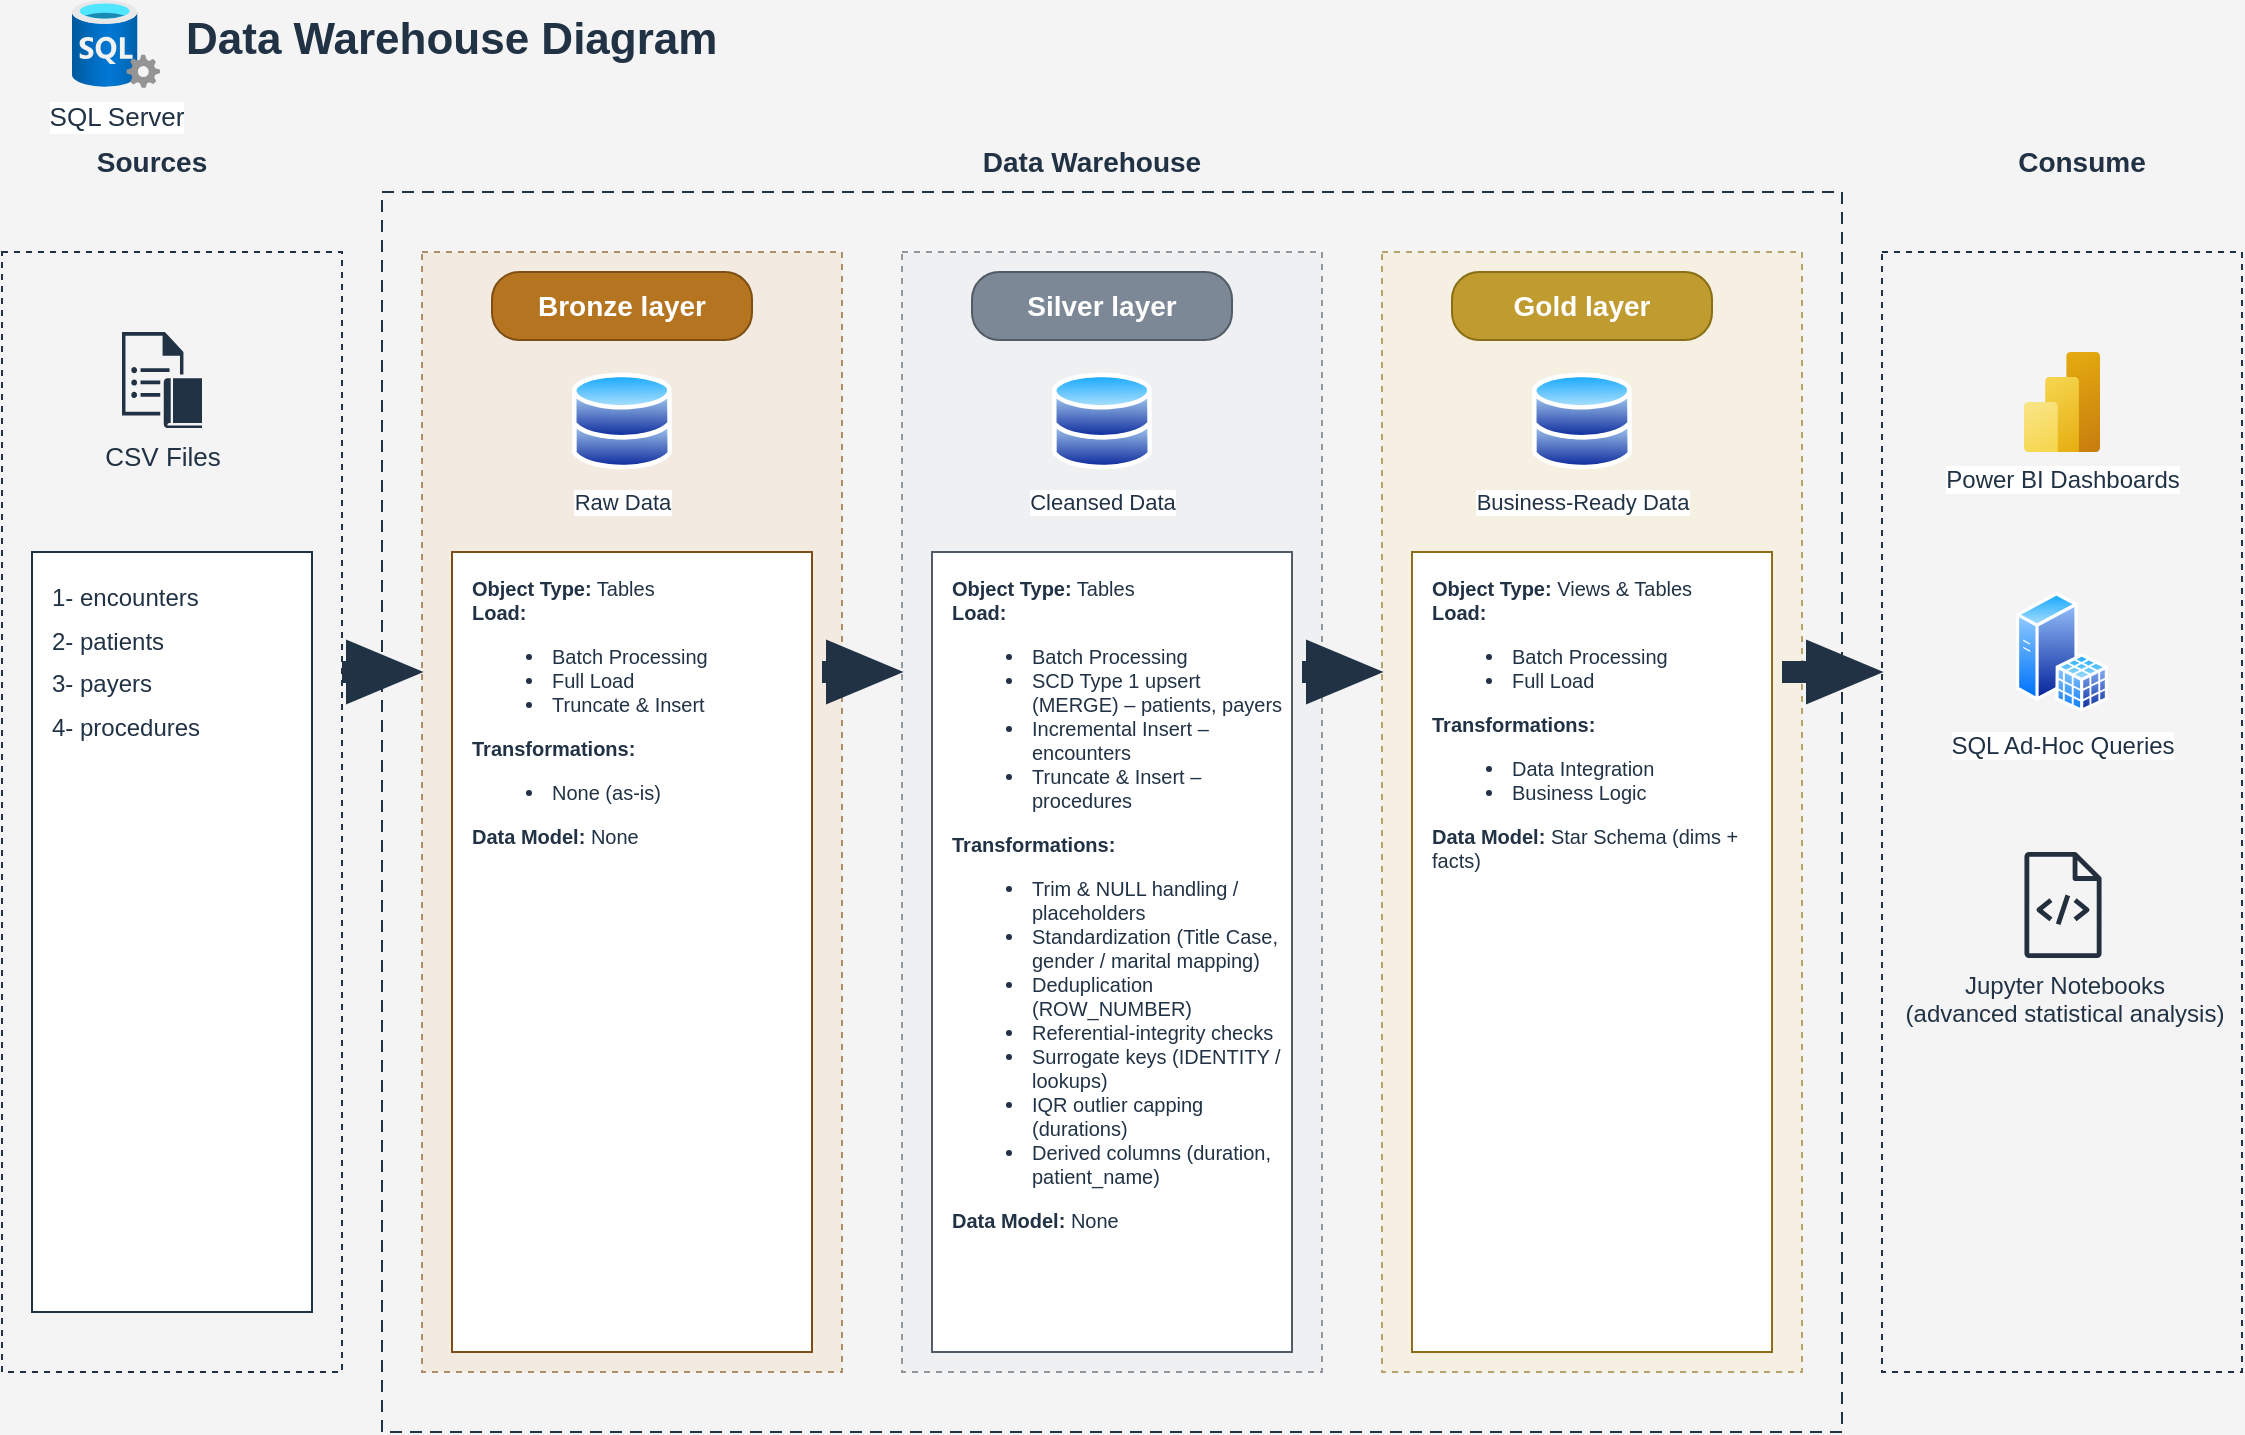
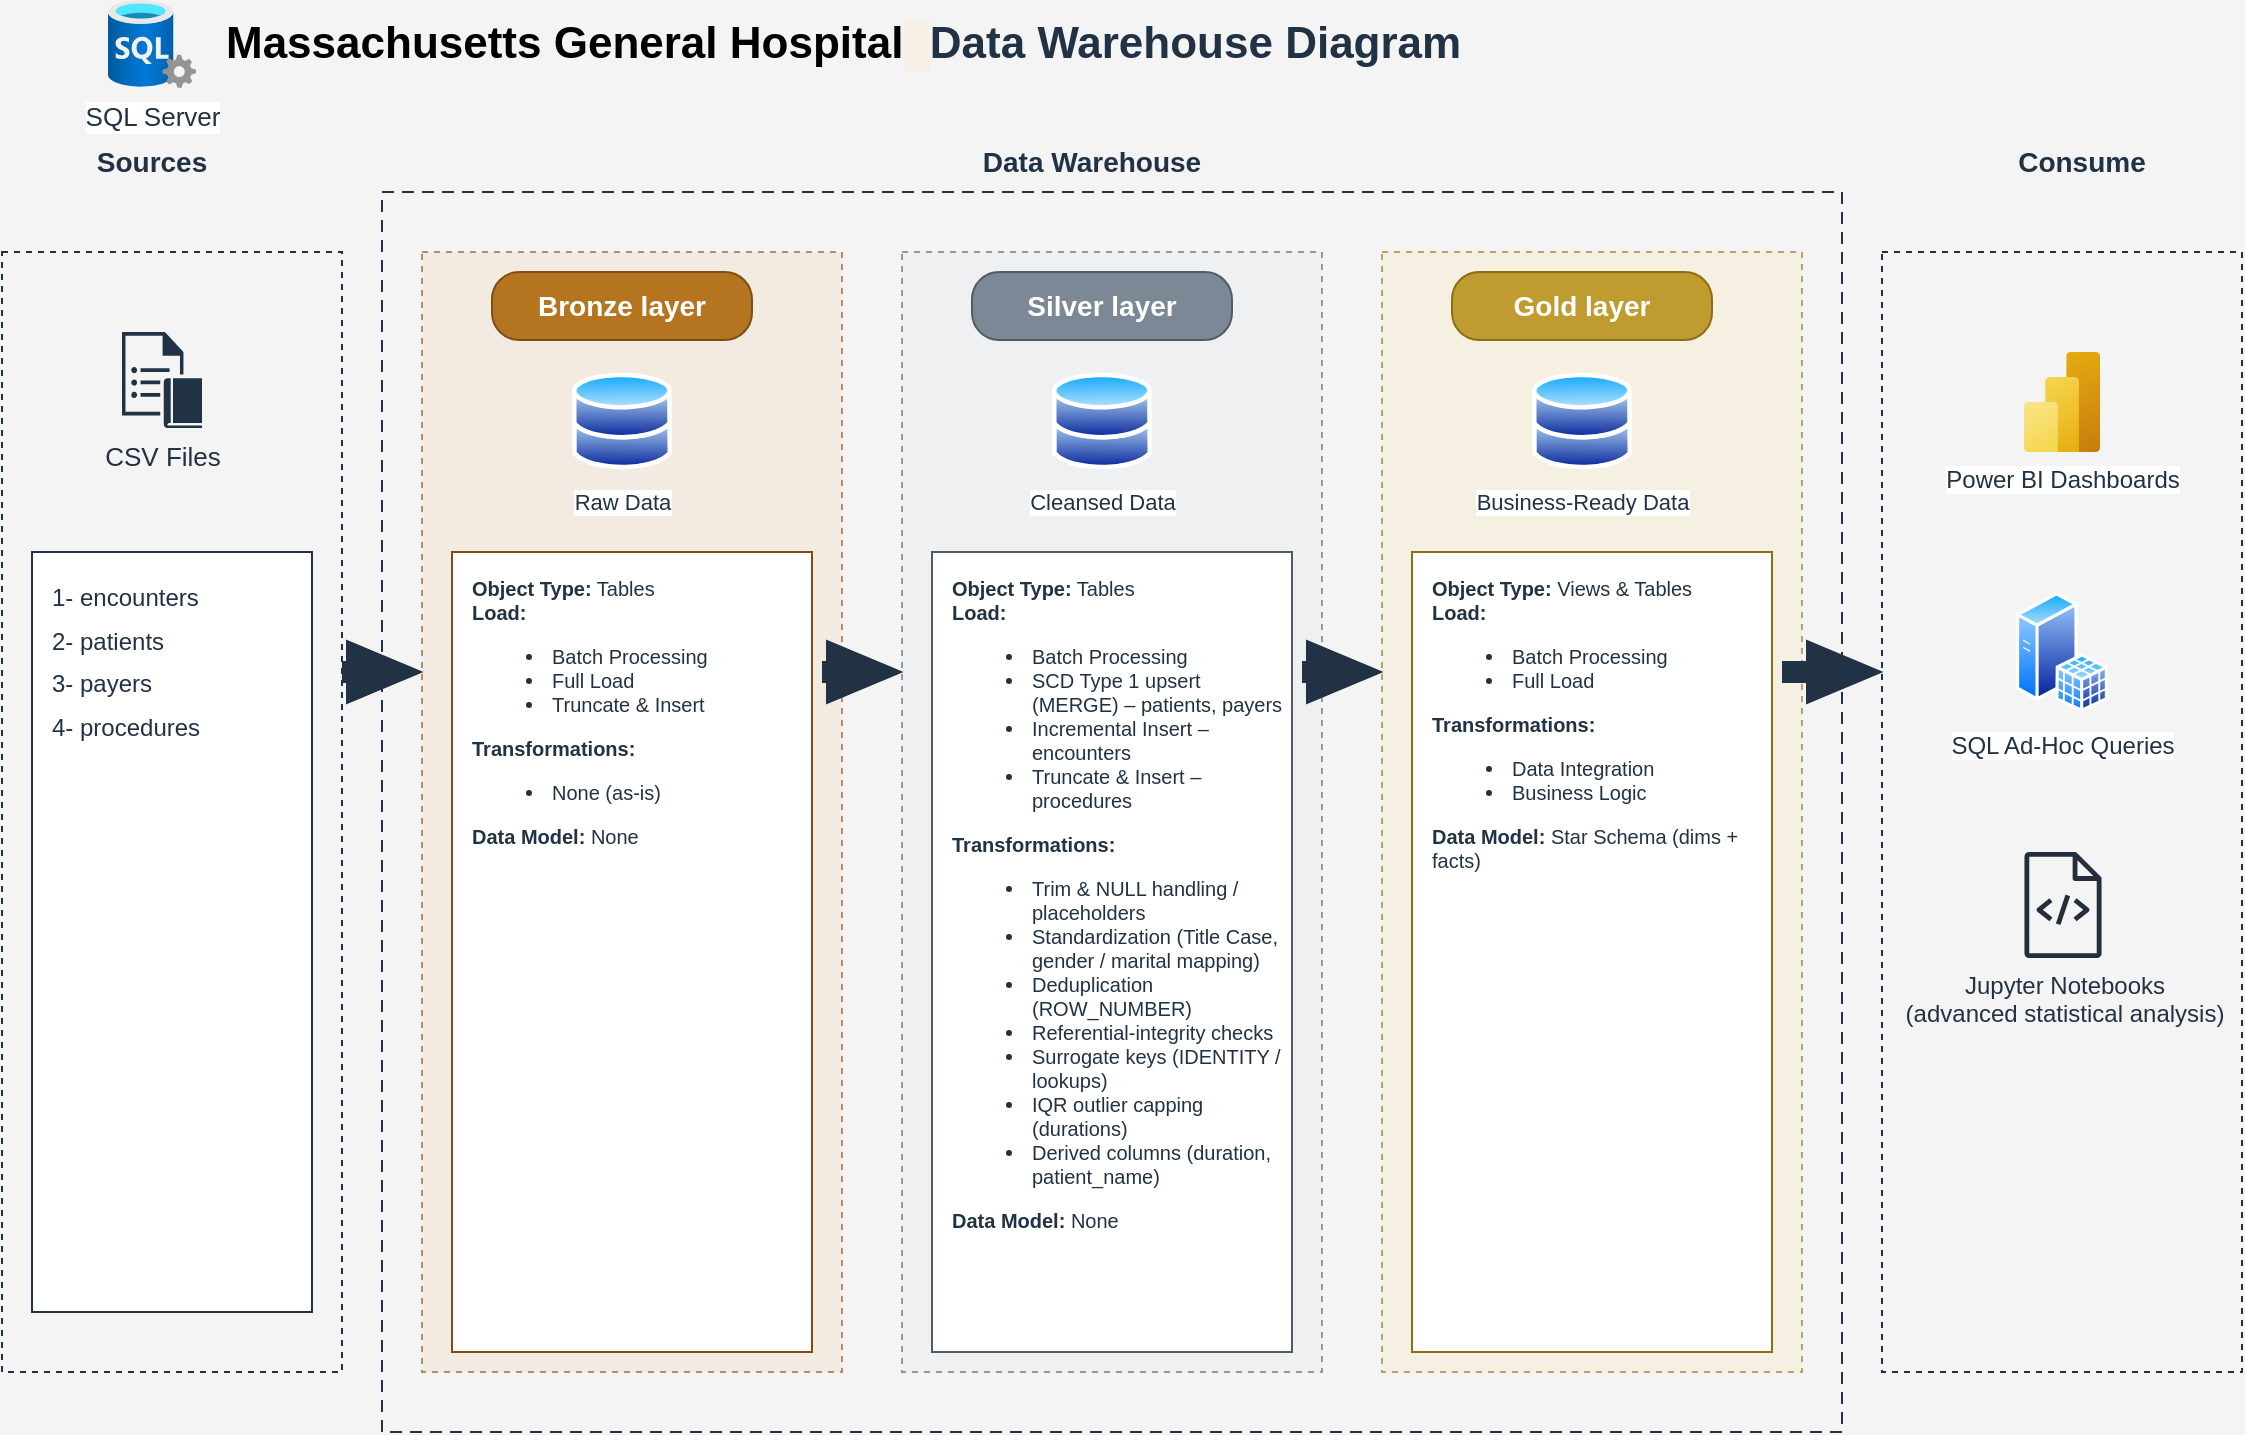
<mxfile host="Electron">
  <diagram name="Data Warehouse Diagram" id="dwh-medallion">
    <mxGraphModel dx="1245" dy="736" grid="1" gridSize="10" guides="1" tooltips="1" connect="1" arrows="1" fold="1" page="1" pageScale="1" pageWidth="1200" pageHeight="800" background="#f4f4f4" math="0" shadow="0">
      <root>
        <mxCell id="0" />
        <mxCell id="1" parent="0" />
-         <mxCell id="title" parent="1" style="text;html=1;align=left;fillColor=none;strokeColor=none;fontColor=#213245;" value="&lt;b&gt;&lt;font style=&quot;font-size: 22px;&quot;&gt;Data Warehouse Diagram&lt;/font&gt;&lt;/b&gt;" vertex="1">
-           <mxGeometry height="40" width="360" x="110" y="24" as="geometry" />
+         <mxCell id="title" parent="1" style="text;html=1;align=left;fillColor=none;strokeColor=none;fontColor=#213245;" value="&lt;font style=&quot;font-size: 22px;&quot;&gt;&lt;b&gt;&lt;span style=&quot;white-space-collapse: preserve;&quot;&gt;&lt;font style=&quot;color: rgb(0, 0, 0);&quot; face=&quot;Helvetica&quot;&gt;Massachusetts General Hospital&lt;/font&gt;&lt;font style=&quot;color: rgb(0, 0, 0); background-color: rgb(248, 239, 231);&quot; face=&quot;Consolas, Courier New, monospace&quot;&gt; &lt;/font&gt;&lt;/span&gt;&lt;font style=&quot;&quot;&gt;Data Warehouse Diagram&lt;/font&gt;&lt;/b&gt;&lt;/font&gt;" vertex="1">
+           <mxGeometry height="40" width="670" x="130" y="26" as="geometry" />
        </mxCell>
        <mxCell id="sqlicon" parent="1" style="image;aspect=fixed;html=1;points=[];align=center;fontSize=12;fontColor=#213245;image=img/lib/azure2/databases/SQL_Server.svg;" value="&lt;font style=&quot;font-size: 13px;&quot;&gt;SQL Server&lt;/font&gt;" vertex="1">
-           <mxGeometry height="44" width="44" x="55" y="24" as="geometry" />
+           <mxGeometry height="44" width="44" x="73" y="24" as="geometry" />
        </mxCell>
        <mxCell id="dwh_frame" parent="1" style="rounded=0;whiteSpace=wrap;html=1;fillColor=none;dashed=1;strokeColor=#213245;dashPattern=6 4;" value="" vertex="1">
          <mxGeometry height="620" width="730" x="210" y="120" as="geometry" />
        </mxCell>
        <mxCell id="dwh_label" parent="1" style="rounded=1;whiteSpace=wrap;html=1;fillColor=none;strokeColor=none;fontColor=#213245;fontStyle=1;" value="&lt;font style=&quot;font-size: 14px;&quot;&gt;Data Warehouse&lt;/font&gt;" vertex="1">
          <mxGeometry height="30" width="120" x="505" y="90" as="geometry" />
        </mxCell>
        <mxCell id="src_box" parent="1" style="rounded=0;whiteSpace=wrap;html=1;fillColor=none;dashed=1;strokeColor=#213245;" value="" vertex="1">
          <mxGeometry height="560" width="170" x="20" y="150" as="geometry" />
        </mxCell>
        <mxCell id="src_label" parent="1" style="rounded=1;whiteSpace=wrap;html=1;fillColor=none;strokeColor=none;fontColor=#213245;fontStyle=1;" value="&lt;font style=&quot;font-size: 14px;&quot;&gt;Sources&lt;/font&gt;" vertex="1">
          <mxGeometry height="30" width="120" x="35" y="90" as="geometry" />
        </mxCell>
        <mxCell id="csv" parent="1" style="sketch=0;pointerEvents=1;shadow=0;dashed=0;html=1;strokeColor=none;fillColor=#213245;labelPosition=center;verticalLabelPosition=bottom;verticalAlign=top;outlineConnect=0;align=center;shape=mxgraph.office.communications.journaling_rule;fontSize=13;fontColor=#213245;" value="CSV Files" vertex="1">
          <mxGeometry height="48" width="40" x="80" y="190" as="geometry" />
        </mxCell>
        <mxCell id="src_list" parent="1" style="rounded=0;whiteSpace=wrap;html=1;fillColor=#ffffff;strokeColor=#213245;fontColor=#213245;align=left;verticalAlign=top;spacingLeft=8;spacingTop=6;" value="&lt;div style=&quot;line-height: 180%;&quot;&gt;&lt;span style=&quot;background-color: transparent; color: light-dark(rgb(33, 50, 69), rgb(183, 198, 214));&quot;&gt;1- encounters&lt;/span&gt;&lt;/div&gt;&lt;div style=&quot;line-height: 180%;&quot;&gt;&lt;span style=&quot;background-color: transparent; color: light-dark(rgb(33, 50, 69), rgb(183, 198, 214));&quot;&gt;2- patients&lt;/span&gt;&lt;br&gt;&lt;span style=&quot;background-color: transparent; color: light-dark(rgb(33, 50, 69), rgb(183, 198, 214));&quot;&gt;3- payers&lt;/span&gt;&lt;br&gt;&lt;div style=&quot;text-align: left;&quot;&gt;4- procedures&lt;/div&gt;&lt;/div&gt;" vertex="1">
          <mxGeometry height="380" width="140" x="35" y="300" as="geometry" />
        </mxCell>
        <mxCell id="bronze_box" parent="1" style="rounded=0;whiteSpace=wrap;html=1;fillColor=#f4e7d6;dashed=1;strokeColor=#7d4f14;opacity=60;" value="" vertex="1">
          <mxGeometry height="560" width="210" x="230" y="150" as="geometry" />
        </mxCell>
        <mxCell id="bronze_pill" parent="1" style="rounded=1;whiteSpace=wrap;html=1;fillColor=#b5741f;strokeColor=#7d4f14;fontColor=#ffffff;fontStyle=1;arcSize=40;" value="&lt;font style=&quot;font-size: 14px;&quot;&gt;Bronze layer&lt;/font&gt;" vertex="1">
          <mxGeometry height="34" width="130" x="265" y="160" as="geometry" />
        </mxCell>
        <mxCell id="bronze_icon" parent="1" style="image;aspect=fixed;perimeter=ellipsePerimeter;html=1;align=center;shadow=0;dashed=0;spacingTop=3;image=img/lib/active_directory/databases.svg;fontColor=#213245;fontSize=11;" value="Raw Data" vertex="1">
          <mxGeometry height="49" width="50" x="305" y="210" as="geometry" />
        </mxCell>
        <mxCell id="bronze_desc" parent="1" style="rounded=0;whiteSpace=wrap;html=1;fillColor=#ffffff;strokeColor=#7d4f14;fontColor=#213245;fontSize=10;align=left;verticalAlign=top;spacingLeft=8;spacingTop=6;" value="&lt;b&gt;Object Type:&lt;/b&gt; Tables&lt;br&gt;&lt;b&gt;Load:&lt;/b&gt;&lt;ul&gt;&lt;li&gt;Batch Processing&lt;/li&gt;&lt;li&gt;Full Load&lt;/li&gt;&lt;li&gt;Truncate &amp; Insert&lt;/li&gt;&lt;/ul&gt;&lt;b&gt;Transformations:&lt;/b&gt;&lt;ul&gt;&lt;li&gt;None (as-is)&lt;/li&gt;&lt;/ul&gt;&lt;b&gt;Data Model:&lt;/b&gt; None" vertex="1">
          <mxGeometry height="400" width="180" x="245" y="300" as="geometry" />
        </mxCell>
        <mxCell id="silver_box" parent="1" style="rounded=0;whiteSpace=wrap;html=1;fillColor=#eceef1;dashed=1;strokeColor=#525c67;opacity=60;" value="" vertex="1">
          <mxGeometry height="560" width="210" x="470" y="150" as="geometry" />
        </mxCell>
        <mxCell id="silver_pill" parent="1" style="rounded=1;whiteSpace=wrap;html=1;fillColor=#7c8896;strokeColor=#525c67;fontColor=#ffffff;fontStyle=1;arcSize=40;" value="&lt;font style=&quot;font-size: 14px;&quot;&gt;Silver layer&lt;/font&gt;" vertex="1">
          <mxGeometry height="34" width="130" x="505" y="160" as="geometry" />
        </mxCell>
        <mxCell id="silver_icon" parent="1" style="image;aspect=fixed;perimeter=ellipsePerimeter;html=1;align=center;shadow=0;dashed=0;spacingTop=3;image=img/lib/active_directory/databases.svg;fontColor=#213245;fontSize=11;" value="Cleansed Data" vertex="1">
          <mxGeometry height="49" width="50" x="545" y="210" as="geometry" />
        </mxCell>
        <mxCell id="silver_desc" parent="1" style="rounded=0;whiteSpace=wrap;html=1;fillColor=#ffffff;strokeColor=#525c67;fontColor=#213245;fontSize=10;align=left;verticalAlign=top;spacingLeft=8;spacingTop=6;" value="&lt;b&gt;Object Type:&lt;/b&gt; Tables&lt;br&gt;&lt;b&gt;Load:&lt;/b&gt;&lt;ul&gt;&lt;li&gt;Batch Processing&lt;/li&gt;&lt;li&gt;SCD Type 1 upsert (MERGE) – patients, payers&lt;/li&gt;&lt;li&gt;Incremental Insert – encounters&lt;/li&gt;&lt;li&gt;Truncate &amp; Insert – procedures&lt;/li&gt;&lt;/ul&gt;&lt;b&gt;Transformations:&lt;/b&gt;&lt;ul&gt;&lt;li&gt;Trim &amp; NULL handling / placeholders&lt;/li&gt;&lt;li&gt;Standardization (Title Case, gender / marital mapping)&lt;/li&gt;&lt;li&gt;Deduplication (ROW_NUMBER)&lt;/li&gt;&lt;li&gt;Referential-integrity checks&lt;/li&gt;&lt;li&gt;Surrogate keys (IDENTITY / lookups)&lt;/li&gt;&lt;li&gt;IQR outlier capping (durations)&lt;/li&gt;&lt;li&gt;Derived columns (duration, patient_name)&lt;/li&gt;&lt;/ul&gt;&lt;b&gt;Data Model:&lt;/b&gt; None" vertex="1">
          <mxGeometry height="400" width="180" x="485" y="300" as="geometry" />
        </mxCell>
        <mxCell id="gold_box" parent="1" style="rounded=0;whiteSpace=wrap;html=1;fillColor=#f7efd6;dashed=1;strokeColor=#8a6f16;opacity=60;" value="" vertex="1">
          <mxGeometry height="560" width="210" x="710" y="150" as="geometry" />
        </mxCell>
        <mxCell id="gold_pill" parent="1" style="rounded=1;whiteSpace=wrap;html=1;fillColor=#bf9b30;strokeColor=#8a6f16;fontColor=#ffffff;fontStyle=1;arcSize=40;" value="&lt;font style=&quot;font-size: 14px;&quot;&gt;Gold layer&lt;/font&gt;" vertex="1">
          <mxGeometry height="34" width="130" x="745" y="160" as="geometry" />
        </mxCell>
        <mxCell id="gold_icon" parent="1" style="image;aspect=fixed;perimeter=ellipsePerimeter;html=1;align=center;shadow=0;dashed=0;spacingTop=3;image=img/lib/active_directory/databases.svg;fontColor=#213245;fontSize=11;" value="Business-Ready Data" vertex="1">
          <mxGeometry height="49" width="50" x="785" y="210" as="geometry" />
        </mxCell>
        <mxCell id="gold_desc" parent="1" style="rounded=0;whiteSpace=wrap;html=1;fillColor=#ffffff;strokeColor=#8a6f16;fontColor=#213245;fontSize=10;align=left;verticalAlign=top;spacingLeft=8;spacingTop=6;" value="&lt;b&gt;Object Type:&lt;/b&gt; Views &amp;amp; Tables&amp;nbsp;&lt;br&gt;&lt;b&gt;Load:&lt;/b&gt;&lt;ul&gt;&lt;li&gt;Batch Processing&lt;/li&gt;&lt;li&gt;Full Load&lt;/li&gt;&lt;/ul&gt;&lt;b&gt;Transformations:&lt;/b&gt;&lt;ul&gt;&lt;li&gt;Data Integration&lt;/li&gt;&lt;li&gt;Business Logic&lt;/li&gt;&lt;/ul&gt;&lt;b&gt;Data Model:&lt;/b&gt; Star Schema (dims + facts)" vertex="1">
          <mxGeometry height="400" width="180" x="725" y="300" as="geometry" />
        </mxCell>
        <mxCell id="cons_box" parent="1" style="rounded=0;whiteSpace=wrap;html=1;fillColor=none;dashed=1;strokeColor=#213245;" value="" vertex="1">
          <mxGeometry height="560" width="180" x="960" y="150" as="geometry" />
        </mxCell>
        <mxCell id="cons_label" parent="1" style="rounded=1;whiteSpace=wrap;html=1;fillColor=none;strokeColor=none;fontColor=#213245;fontStyle=1;" value="&lt;font style=&quot;font-size: 14px;&quot;&gt;Consume&lt;/font&gt;" vertex="1">
          <mxGeometry height="30" width="120" x="1000" y="90" as="geometry" />
        </mxCell>
        <mxCell id="pbi" parent="1" style="image;aspect=fixed;html=1;points=[];align=center;fontSize=12;fontColor=#213245;image=img/lib/azure2/analytics/Power_BI_Embedded.svg;" value="Power BI Dashboards" vertex="1">
          <mxGeometry height="50" width="38" x="1031" y="200" as="geometry" />
        </mxCell>
        <mxCell id="adhoc" parent="1" style="image;aspect=fixed;perimeter=ellipsePerimeter;html=1;align=center;shadow=0;dashed=0;spacingTop=3;fontColor=#213245;image=img/lib/active_directory/sql_server.svg;" value="SQL Ad-Hoc Queries" vertex="1">
          <mxGeometry height="60" width="46" x="1027" y="320" as="geometry" />
        </mxCell>
        <mxCell id="jup" parent="1" style="sketch=0;outlineConnect=0;fontColor=#213245;gradientColor=none;fillColor=#232F3D;strokeColor=none;dashed=0;verticalLabelPosition=bottom;verticalAlign=top;align=center;html=1;fontSize=12;aspect=fixed;pointerEvents=1;shape=mxgraph.aws4.source_code;" value="Jupyter Notebooks&lt;div&gt;(advanced statistical analysis)&lt;/div&gt;" vertex="1">
          <mxGeometry height="53" width="39" x="1031" y="450" as="geometry" />
        </mxCell>
        <mxCell id="a_src_br" edge="1" parent="1" style="shape=flexArrow;endArrow=classic;html=1;rounded=0;startSize=0;endSize=12;strokeWidth=1;fillColor=#213245;strokeColor=#213245;" value="">
          <mxGeometry height="50" relative="1" width="50" as="geometry">
            <mxPoint x="190" y="360" as="sourcePoint" />
            <mxPoint x="230" y="360" as="targetPoint" />
          </mxGeometry>
        </mxCell>
        <mxCell id="a_br_sv" edge="1" parent="1" style="shape=flexArrow;endArrow=classic;html=1;rounded=0;startSize=0;endSize=12;strokeWidth=1;fillColor=#213245;strokeColor=#213245;" value="">
          <mxGeometry height="50" relative="1" width="50" as="geometry">
            <mxPoint x="430" y="360" as="sourcePoint" />
            <mxPoint x="470" y="360" as="targetPoint" />
          </mxGeometry>
        </mxCell>
        <mxCell id="a_sv_gd" edge="1" parent="1" style="shape=flexArrow;endArrow=classic;html=1;rounded=0;startSize=0;endSize=12;strokeWidth=1;fillColor=#213245;strokeColor=#213245;" value="">
          <mxGeometry height="50" relative="1" width="50" as="geometry">
            <mxPoint x="670" y="360" as="sourcePoint" />
            <mxPoint x="710" y="360" as="targetPoint" />
          </mxGeometry>
        </mxCell>
        <mxCell id="a_gd_cn" edge="1" parent="1" style="shape=flexArrow;endArrow=classic;html=1;rounded=0;startSize=0;endSize=12;strokeWidth=1;fillColor=#213245;strokeColor=#213245;" value="">
          <mxGeometry height="50" relative="1" width="50" as="geometry">
            <mxPoint x="910" y="360" as="sourcePoint" />
            <mxPoint x="960" y="360" as="targetPoint" />
          </mxGeometry>
        </mxCell>
      </root>
    </mxGraphModel>
  </diagram>
</mxfile>
